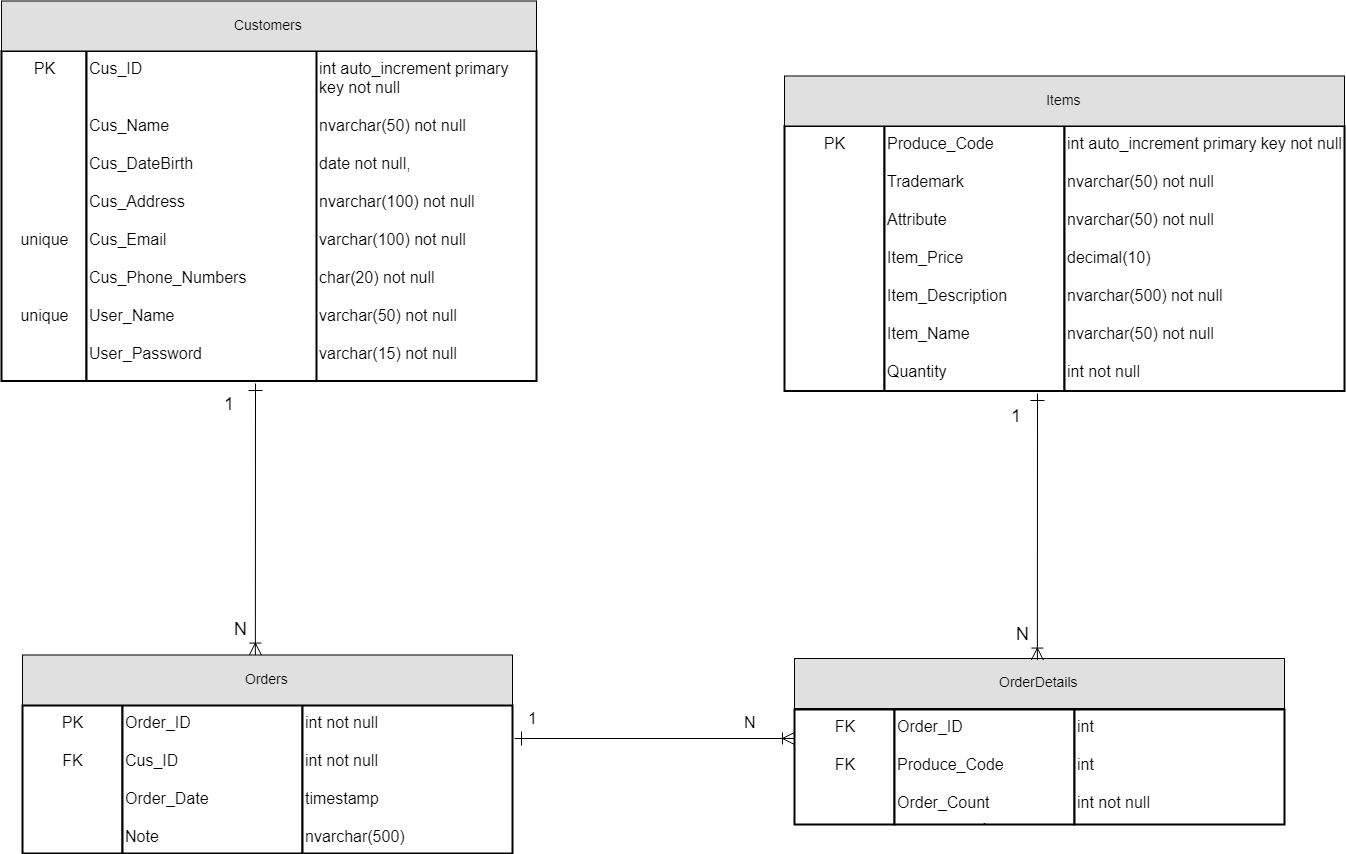
Earlier version of the draw.io export Document/Database/Database.png (LinhNguyennnn/Shop_HeadPhone_G03). Source tidied: cells renumbered, new cells last; positions are measured from the earlier drawing's top-left corner, leaving out a move shared by most shapes.
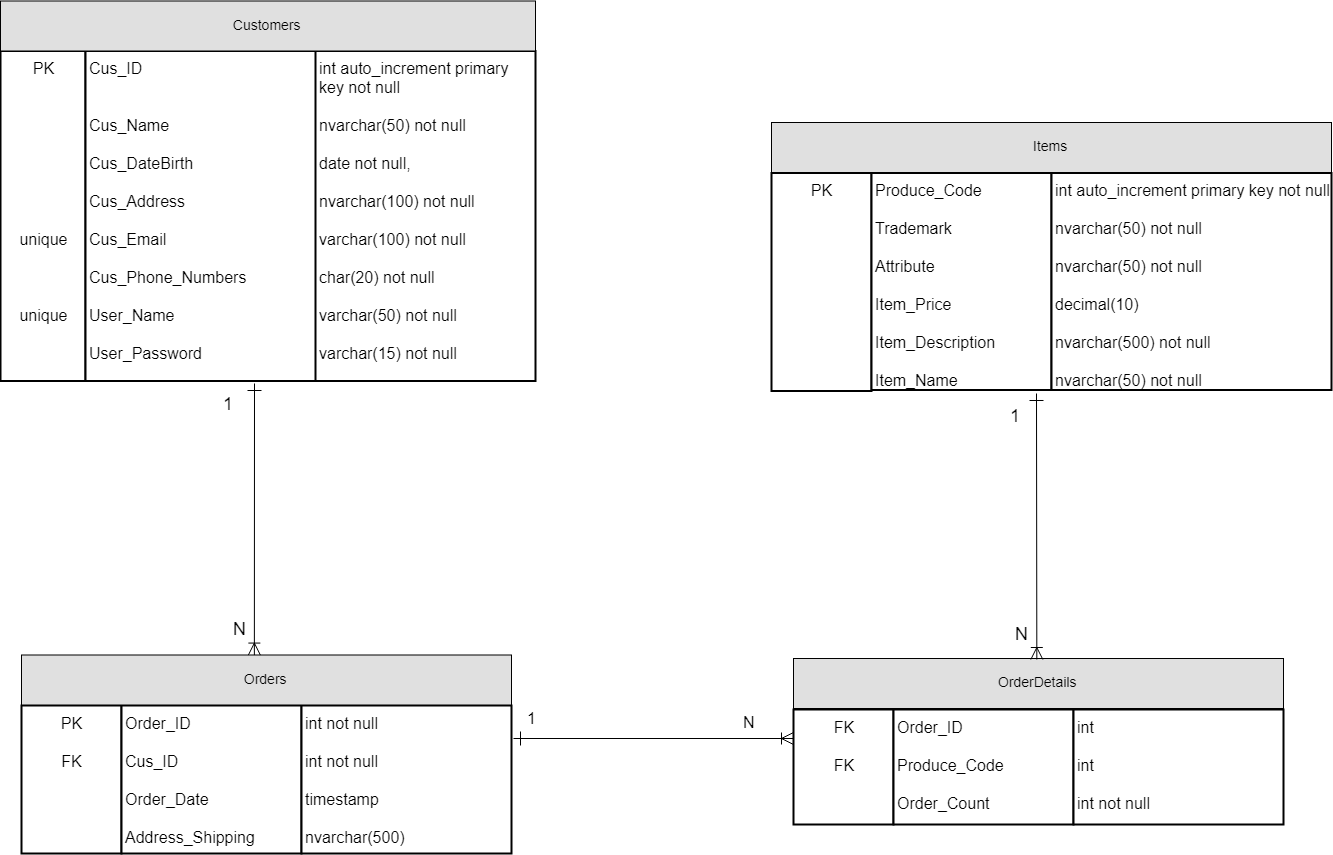
Later version of the same file.

Diff of the diagram source:
```diff
@@ -12,24 +12,24 @@
       <mxGeometry x="315" y="49.5" width="220" height="330" as="geometry" />
     </mxCell>
     <mxCell id="5" value="PK&lt;br style=&quot;font-size: 16px;&quot;&gt;" style="strokeWidth=2;whiteSpace=wrap;html=1;align=center;fontSize=16;verticalAlign=top;" parent="1" vertex="1">
-      <mxGeometry x="783" y="124.5" width="100" height="265" as="geometry" />
+      <mxGeometry x="771" y="171.5" width="100" height="218" as="geometry" />
     </mxCell>
-    <mxCell id="6" value="Produce_Code&lt;br style=&quot;font-size: 16px;&quot;&gt;&lt;br style=&quot;font-size: 16px;&quot;&gt;Trademark&lt;br style=&quot;font-size: 16px;&quot;&gt;&lt;br style=&quot;font-size: 16px;&quot;&gt;Attribute&lt;br style=&quot;font-size: 16px;&quot;&gt;&lt;br style=&quot;font-size: 16px;&quot;&gt;Item_Price&lt;br style=&quot;font-size: 16px;&quot;&gt;&lt;br style=&quot;font-size: 16px;&quot;&gt;Item_Description&lt;br style=&quot;font-size: 16px;&quot;&gt;&lt;br style=&quot;font-size: 16px;&quot;&gt;Item_Name&lt;br style=&quot;font-size: 16px;&quot;&gt;&lt;br style=&quot;font-size: 16px;&quot;&gt;Quantity&lt;br style=&quot;font-size: 16px;&quot;&gt;" style="strokeWidth=2;whiteSpace=wrap;html=1;align=left;fontSize=16;verticalAlign=top;" parent="1" vertex="1">
-      <mxGeometry x="883" y="124.5" width="180" height="265" as="geometry" />
+    <mxCell id="6" value="Produce_Code&lt;br style=&quot;font-size: 16px&quot;&gt;&lt;br style=&quot;font-size: 16px&quot;&gt;Trademark&lt;br style=&quot;font-size: 16px&quot;&gt;&lt;br style=&quot;font-size: 16px&quot;&gt;Attribute&lt;br style=&quot;font-size: 16px&quot;&gt;&lt;br style=&quot;font-size: 16px&quot;&gt;Item_Price&lt;br style=&quot;font-size: 16px&quot;&gt;&lt;br style=&quot;font-size: 16px&quot;&gt;Item_Description&lt;br style=&quot;font-size: 16px&quot;&gt;&lt;br style=&quot;font-size: 16px&quot;&gt;Item_Name&lt;br style=&quot;font-size: 16px&quot;&gt;" style="strokeWidth=2;whiteSpace=wrap;html=1;align=left;fontSize=16;verticalAlign=top;" parent="1" vertex="1">
+      <mxGeometry x="871" y="171.5" width="180" height="217" as="geometry" />
     </mxCell>
-    <mxCell id="7" value="&lt;div style=&quot;font-size: 16px;&quot;&gt;&lt;span style=&quot;font-size: 16px;&quot;&gt;int&lt;/span&gt; auto_increment &lt;span style=&quot;font-size: 16px;&quot;&gt;primary&amp;nbsp;&lt;/span&gt;&lt;span style=&quot;font-size: 16px;&quot;&gt;key&amp;nbsp;&lt;/span&gt;&lt;span style=&quot;font-size: 16px;&quot;&gt;not&amp;nbsp;&lt;/span&gt;&lt;span style=&quot;font-size: 16px;&quot;&gt;null&lt;/span&gt;&lt;/div&gt;&lt;br style=&quot;font-size: 16px;&quot;&gt;nvarchar(50) not&amp;nbsp;null&lt;br style=&quot;font-size: 16px;&quot;&gt;&lt;br style=&quot;font-size: 16px;&quot;&gt;nvarchar(50) not&amp;nbsp;null&lt;br style=&quot;font-size: 16px;&quot;&gt;&lt;br style=&quot;font-size: 16px;&quot;&gt;decimal(10)&lt;br style=&quot;font-size: 16px;&quot;&gt;&lt;br style=&quot;font-size: 16px;&quot;&gt;&lt;div style=&quot;font-size: 16px;&quot;&gt;&lt;span style=&quot;font-size: 16px;&quot;&gt;nvarchar&lt;/span&gt;(&lt;span style=&quot;font-size: 16px;&quot;&gt;500&lt;/span&gt;) &lt;span style=&quot;font-size: 16px;&quot;&gt;not&amp;nbsp;&lt;/span&gt;&lt;span style=&quot;font-size: 16px;&quot;&gt;null&lt;/span&gt;&lt;/div&gt;&lt;br style=&quot;font-size: 16px;&quot;&gt;&lt;div style=&quot;font-size: 16px;&quot;&gt;&lt;span style=&quot;font-size: 16px;&quot;&gt;nvarchar&lt;/span&gt;(&lt;span style=&quot;font-size: 16px;&quot;&gt;50&lt;/span&gt;) &lt;span style=&quot;font-size: 16px;&quot;&gt;not&amp;nbsp;&lt;/span&gt;&lt;span style=&quot;font-size: 16px;&quot;&gt;null&lt;/span&gt;&lt;/div&gt;&lt;br style=&quot;font-size: 16px;&quot;&gt;&lt;div style=&quot;font-size: 16px;&quot;&gt;&lt;span style=&quot;font-size: 16px;&quot;&gt;int&amp;nbsp;&lt;/span&gt;&lt;span style=&quot;font-size: 16px;&quot;&gt;not&amp;nbsp;&lt;/span&gt;&lt;span style=&quot;font-size: 16px;&quot;&gt;null&lt;/span&gt;&lt;/div&gt;&lt;br style=&quot;font-size: 16px;&quot;&gt;" style="strokeWidth=2;whiteSpace=wrap;html=1;align=left;fontSize=16;verticalAlign=top;" parent="1" vertex="1">
-      <mxGeometry x="1063" y="124.5" width="280" height="265" as="geometry" />
+    <mxCell id="7" value="&lt;div style=&quot;font-size: 16px&quot;&gt;&lt;span style=&quot;font-size: 16px&quot;&gt;int&lt;/span&gt; auto_increment &lt;span style=&quot;font-size: 16px&quot;&gt;primary&amp;nbsp;&lt;/span&gt;&lt;span style=&quot;font-size: 16px&quot;&gt;key&amp;nbsp;&lt;/span&gt;&lt;span style=&quot;font-size: 16px&quot;&gt;not&amp;nbsp;&lt;/span&gt;&lt;span style=&quot;font-size: 16px&quot;&gt;null&lt;/span&gt;&lt;/div&gt;&lt;br style=&quot;font-size: 16px&quot;&gt;nvarchar(50) not&amp;nbsp;null&lt;br style=&quot;font-size: 16px&quot;&gt;&lt;br style=&quot;font-size: 16px&quot;&gt;nvarchar(50) not&amp;nbsp;null&lt;br style=&quot;font-size: 16px&quot;&gt;&lt;br style=&quot;font-size: 16px&quot;&gt;decimal(10)&lt;br style=&quot;font-size: 16px&quot;&gt;&lt;br style=&quot;font-size: 16px&quot;&gt;&lt;div style=&quot;font-size: 16px&quot;&gt;&lt;span style=&quot;font-size: 16px&quot;&gt;nvarchar&lt;/span&gt;(&lt;span style=&quot;font-size: 16px&quot;&gt;500&lt;/span&gt;) &lt;span style=&quot;font-size: 16px&quot;&gt;not&amp;nbsp;&lt;/span&gt;&lt;span style=&quot;font-size: 16px&quot;&gt;null&lt;/span&gt;&lt;/div&gt;&lt;br style=&quot;font-size: 16px&quot;&gt;&lt;div style=&quot;font-size: 16px&quot;&gt;&lt;span style=&quot;font-size: 16px&quot;&gt;nvarchar&lt;/span&gt;(&lt;span style=&quot;font-size: 16px&quot;&gt;50&lt;/span&gt;) &lt;span style=&quot;font-size: 16px&quot;&gt;not&amp;nbsp;&lt;/span&gt;&lt;span style=&quot;font-size: 16px&quot;&gt;null&lt;/span&gt;&lt;/div&gt;&lt;br style=&quot;font-size: 16px&quot;&gt;&lt;div style=&quot;font-size: 16px&quot;&gt;&lt;/div&gt;" style="strokeWidth=2;whiteSpace=wrap;html=1;align=left;fontSize=16;verticalAlign=top;" parent="1" vertex="1">
+      <mxGeometry x="1051" y="171.5" width="280" height="217" as="geometry" />
     </mxCell>
     <mxCell id="8" value="Customers" style="text;align=center;verticalAlign=middle;spacingLeft=4;spacingRight=4;strokeColor=#000000;fillColor=#e0e0e0;fontSize=14;" parent="1" vertex="1">
       <mxGeometry y="-0.5" width="535" height="50" as="geometry" />
     </mxCell>
     <mxCell id="9" value="Items" style="text;align=center;verticalAlign=middle;spacingLeft=4;spacingRight=4;strokeColor=#000000;fillColor=#e0e0e0;fontSize=14;" parent="1" vertex="1">
-      <mxGeometry x="783" y="74.5" width="560" height="50" as="geometry" />
+      <mxGeometry x="771" y="121" width="560" height="50" as="geometry" />
     </mxCell>
     <mxCell id="10" value="PK&lt;br style=&quot;font-size: 16px;&quot;&gt;&lt;br style=&quot;font-size: 16px;&quot;&gt;FK&lt;br style=&quot;font-size: 16px;&quot;&gt;" style="strokeWidth=2;whiteSpace=wrap;html=1;align=center;fontSize=16;verticalAlign=top;" parent="1" vertex="1">
       <mxGeometry x="21" y="704" width="100" height="148" as="geometry" />
     </mxCell>
-    <mxCell id="11" value="Order_ID&lt;br style=&quot;font-size: 16px;&quot;&gt;&lt;br style=&quot;font-size: 16px;&quot;&gt;Cus_ID&lt;br style=&quot;font-size: 16px;&quot;&gt;&lt;br style=&quot;font-size: 16px;&quot;&gt;Order_Date&lt;br style=&quot;font-size: 16px;&quot;&gt;&lt;br style=&quot;font-size: 16px;&quot;&gt;Note&lt;br style=&quot;font-size: 16px;&quot;&gt;" style="strokeWidth=2;whiteSpace=wrap;html=1;align=left;fontSize=16;verticalAlign=top;" parent="1" vertex="1">
+    <mxCell id="11" value="Order_ID&lt;br style=&quot;font-size: 16px&quot;&gt;&lt;br style=&quot;font-size: 16px&quot;&gt;Cus_ID&lt;br style=&quot;font-size: 16px&quot;&gt;&lt;br style=&quot;font-size: 16px&quot;&gt;Order_Date&lt;br style=&quot;font-size: 16px&quot;&gt;&lt;br style=&quot;font-size: 16px&quot;&gt;Address_Shipping&lt;br style=&quot;font-size: 16px&quot;&gt;" style="strokeWidth=2;whiteSpace=wrap;html=1;align=left;fontSize=16;verticalAlign=top;" parent="1" vertex="1">
       <mxGeometry x="121" y="704" width="180" height="148" as="geometry" />
     </mxCell>
     <mxCell id="12" value="int not null&lt;br style=&quot;font-size: 16px;&quot;&gt;&lt;br style=&quot;font-size: 16px;&quot;&gt;&lt;div style=&quot;font-size: 16px;&quot;&gt;&lt;span style=&quot;font-size: 16px;&quot;&gt;int&amp;nbsp;&lt;/span&gt;&lt;span style=&quot;font-size: 16px;&quot;&gt;not&amp;nbsp;&lt;/span&gt;&lt;span style=&quot;font-size: 16px;&quot;&gt;null&lt;/span&gt;&lt;/div&gt;&lt;br style=&quot;font-size: 16px;&quot;&gt;&lt;div style=&quot;font-size: 16px;&quot;&gt;&lt;span style=&quot;font-size: 16px;&quot;&gt;timestamp&lt;/span&gt;&lt;/div&gt;&lt;br style=&quot;font-size: 16px;&quot;&gt;nvarchar(500)&lt;br style=&quot;font-size: 16px;&quot;&gt;" style="strokeWidth=2;whiteSpace=wrap;html=1;align=left;fontSize=16;verticalAlign=top;" parent="1" vertex="1">
```
